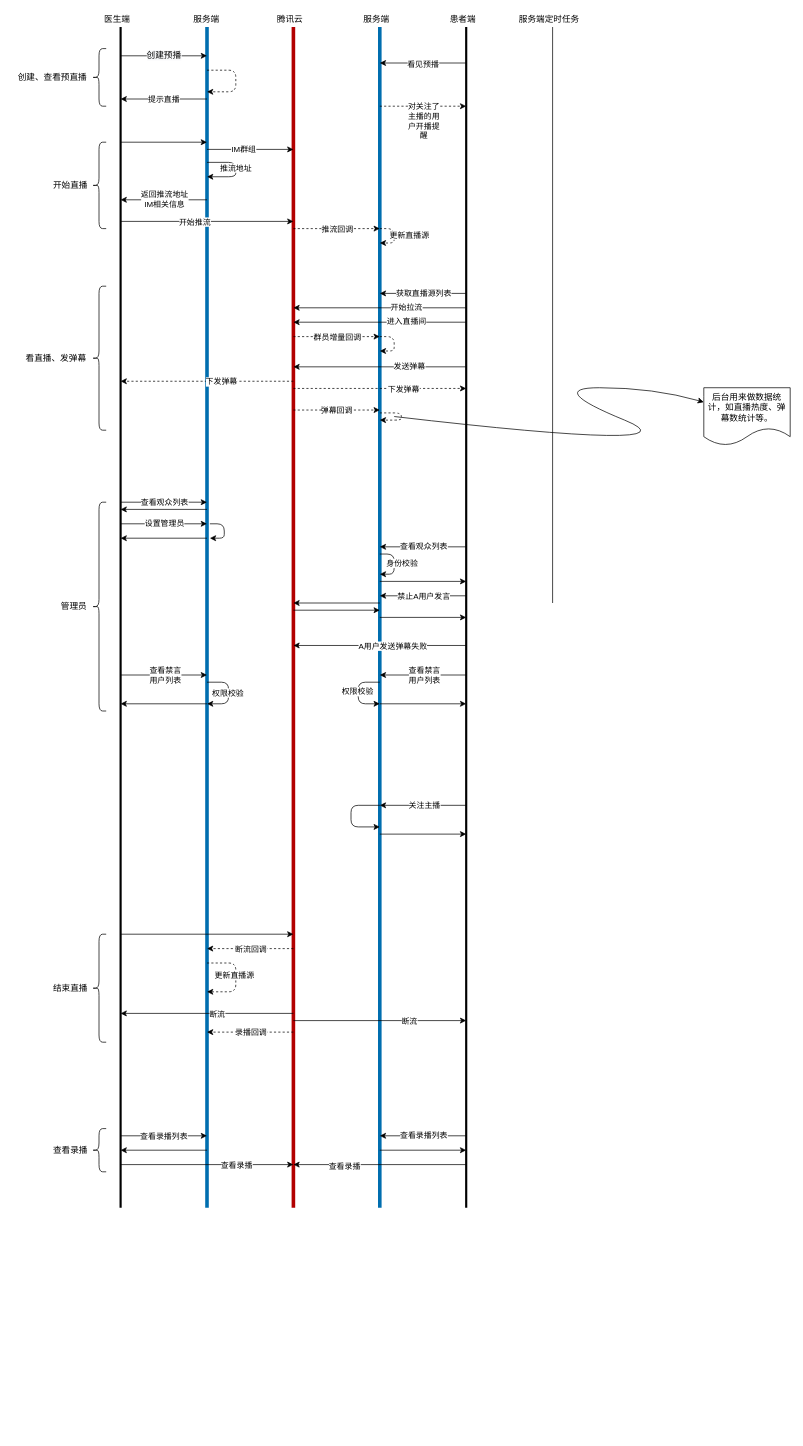
Before: 直播交互流程图.drawio in qq584686739/draw, a draw.io diagram. Source tidied: cells renumbered, new cells numbered last; positions are measured from the earlier drawing's top-left corner, leaving out a move shared by most shapes. Both pictures are drawn from the tidied source at 72%, with x=0, y=0 at pixel (12, 12).
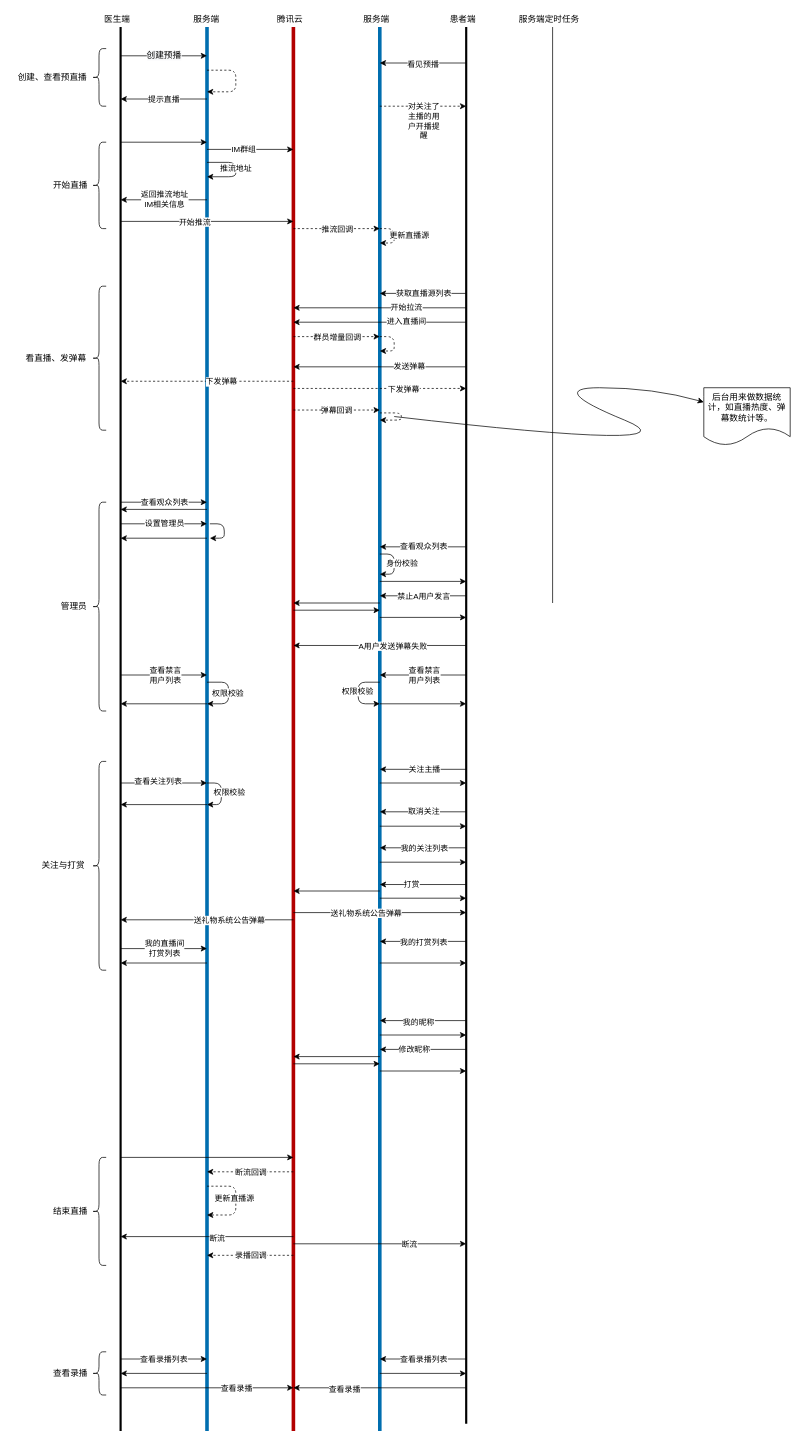
Above is the later version.

Commit message (it also covers changes not shown here):
Update 直播交互流程图.drawio

What changed in the source:
```diff
@@
     <mxCell id="2" style="endArrow=none;html=1;strokeWidth=3;" parent="1" edge="1">
       <mxGeometry relative="1" as="geometry">
-        <mxPoint x="150" y="1660" as="sourcePoint" />
+        <mxPoint x="150" y="1970" as="sourcePoint" />
         <mxPoint x="150" y="20" as="targetPoint" />
       </mxGeometry>
     </mxCell>
     <mxCell id="3" style="endArrow=none;html=1;fillColor=#1ba1e2;strokeColor=#006EAF;strokeWidth=5;" parent="1" edge="1">
       <mxGeometry relative="1" as="geometry">
-        <mxPoint x="270" y="1660" as="sourcePoint" />
+        <mxPoint x="270" y="1970" as="sourcePoint" />
         <mxPoint x="270" y="20" as="targetPoint" />
       </mxGeometry>
     </mxCell>
     <mxCell id="4" style="endArrow=none;html=1;fillColor=#e51400;strokeColor=#B20000;strokeWidth=5;" parent="1" edge="1">
       <mxGeometry relative="1" as="geometry">
-        <mxPoint x="390" y="1660" as="sourcePoint" />
+        <mxPoint x="390" y="1970" as="sourcePoint" />
         <mxPoint x="390" y="20" as="targetPoint" />
       </mxGeometry>
     </mxCell>
@@
     <mxCell id="10" style="endArrow=none;html=1;fillColor=#1ba1e2;strokeColor=#006EAF;strokeWidth=5;" parent="1" edge="1">
       <mxGeometry relative="1" as="geometry">
-        <mxPoint x="510" y="1660" as="sourcePoint" />
+        <mxPoint x="510" y="1970" as="sourcePoint" />
         <mxPoint x="510" y="20" as="targetPoint" />
       </mxGeometry>
     </mxCell>
     <mxCell id="11" style="endArrow=none;html=1;strokeWidth=3;" parent="1" edge="1">
       <mxGeometry relative="1" as="geometry">
-        <mxPoint x="630" y="1660" as="sourcePoint" />
+        <mxPoint x="630" y="1960" as="sourcePoint" />
         <mxPoint x="630" y="20" as="targetPoint" />
       </mxGeometry>
     </mxCell>
@@
     <mxCell id="46" style="endArrow=classic;html=1;" parent="1" edge="1">
       <mxGeometry relative="1" as="geometry">
-        <mxPoint x="150" y="1280" as="sourcePoint" />
-        <mxPoint x="390" y="1280" as="targetPoint" />
+        <mxPoint x="150" y="1590" as="sourcePoint" />
+        <mxPoint x="390" y="1590" as="targetPoint" />
       </mxGeometry>
     </mxCell>
     <mxCell id="47" style="endArrow=classic;html=1;dashed=1;" parent="1" edge="1">
       <mxGeometry relative="1" as="geometry">
-        <mxPoint x="390" y="1300" as="sourcePoint" />
-        <mxPoint x="270" y="1300" as="targetPoint" />
+        <mxPoint x="390" y="1610" as="sourcePoint" />
+        <mxPoint x="270" y="1610" as="targetPoint" />
       </mxGeometry>
     </mxCell>
@@
     <mxCell id="49" style="endArrow=classic;html=1;" parent="1" edge="1">
       <mxGeometry relative="1" as="geometry">
-        <mxPoint x="390" y="1390" as="sourcePoint" />
-        <mxPoint x="150" y="1390" as="targetPoint" />
+        <mxPoint x="390" y="1700" as="sourcePoint" />
+        <mxPoint x="150" y="1700" as="targetPoint" />
       </mxGeometry>
     </mxCell>
@@
     <mxCell id="51" style="endArrow=classic;html=1;" parent="1" edge="1">
       <mxGeometry relative="1" as="geometry">
-        <mxPoint x="390" y="1400" as="sourcePoint" />
-        <mxPoint x="630" y="1400" as="targetPoint" />
+        <mxPoint x="390" y="1710" as="sourcePoint" />
+        <mxPoint x="630" y="1710" as="targetPoint" />
       </mxGeometry>
     </mxCell>
@@
     <mxCell id="53" style="shape=curlyBracket;whiteSpace=wrap;html=1;rounded=1;" parent="1" vertex="1">
-      <mxGeometry x="110" y="1280" width="20" height="150" as="geometry" />
+      <mxGeometry x="110" y="1590" width="20" height="150" as="geometry" />
     </mxCell>
     <mxCell id="54" value="结束直播" style="text;html=1;align=center;verticalAlign=middle;" parent="1" vertex="1">
-      <mxGeometry x="50" y="1345" width="60" height="20" as="geometry" />
+      <mxGeometry x="50" y="1655" width="60" height="20" as="geometry" />
     </mxCell>
     <mxCell id="55" style="endArrow=classic;html=1;dashed=1;" parent="1" edge="1">
       <mxGeometry relative="1" as="geometry">
-        <mxPoint x="270" y="1320" as="sourcePoint" />
-        <mxPoint x="270" y="1360" as="targetPoint" />
+        <mxPoint x="270" y="1630" as="sourcePoint" />
+        <mxPoint x="270" y="1670" as="targetPoint" />
         <Array as="points">
-          <mxPoint x="310" y="1320" />
-          <mxPoint x="310" y="1360" />
+          <mxPoint x="310" y="1630" />
+          <mxPoint x="310" y="1670" />
         </Array>
       </mxGeometry>
     </mxCell>
@@
     <mxCell id="60" style="endArrow=classic;html=1;dashed=1;" parent="1" edge="1">
       <mxGeometry relative="1" as="geometry">
-        <mxPoint x="390" y="1416" as="sourcePoint" />
-        <mxPoint x="270" y="1416" as="targetPoint" />
+        <mxPoint x="390" y="1726" as="sourcePoint" />
+        <mxPoint x="270" y="1726" as="targetPoint" />
       </mxGeometry>
     </mxCell>
@@
     <mxCell id="62" style="endArrow=classic;html=1;strokeWidth=1;" parent="1" edge="1">
       <mxGeometry relative="1" as="geometry">
-        <mxPoint x="150" y="1560" as="sourcePoint" />
-        <mxPoint x="270" y="1560" as="targetPoint" />
+        <mxPoint x="150" y="1870" as="sourcePoint" />
+        <mxPoint x="270" y="1870" as="targetPoint" />
       </mxGeometry>
     </mxCell>
@@
     <mxCell id="64" style="endArrow=classic;html=1;strokeWidth=1;" parent="1" edge="1">
       <mxGeometry relative="1" as="geometry">
-        <mxPoint x="270" y="1580" as="sourcePoint" />
-        <mxPoint x="150" y="1580" as="targetPoint" />
+        <mxPoint x="270" y="1890" as="sourcePoint" />
+        <mxPoint x="150" y="1890" as="targetPoint" />
       </mxGeometry>
     </mxCell>
     <mxCell id="65" style="endArrow=classic;html=1;strokeWidth=1;" parent="1" edge="1">
       <mxGeometry relative="1" as="geometry">
-        <mxPoint x="630" y="1560" as="sourcePoint" />
-        <mxPoint x="510" y="1560" as="targetPoint" />
+        <mxPoint x="630" y="1870" as="sourcePoint" />
+        <mxPoint x="510" y="1870" as="targetPoint" />
       </mxGeometry>
     </mxCell>
@@
     <mxCell id="67" style="endArrow=classic;html=1;strokeWidth=1;" parent="1" edge="1">
       <mxGeometry relative="1" as="geometry">
-        <mxPoint x="510" y="1580" as="sourcePoint" />
-        <mxPoint x="630" y="1580" as="targetPoint" />
+        <mxPoint x="510" y="1890" as="sourcePoint" />
+        <mxPoint x="630" y="1890" as="targetPoint" />
       </mxGeometry>
     </mxCell>
     <mxCell id="68" style="endArrow=classic;html=1;strokeWidth=1;" parent="1" edge="1">
       <mxGeometry relative="1" as="geometry">
-        <mxPoint x="150" y="1600" as="sourcePoint" />
-        <mxPoint x="390" y="1600" as="targetPoint" />
+        <mxPoint x="150" y="1910" as="sourcePoint" />
+        <mxPoint x="390" y="1910" as="targetPoint" />
       </mxGeometry>
     </mxCell>
@@
     <mxCell id="70" style="endArrow=classic;html=1;strokeWidth=1;" parent="1" edge="1">
       <mxGeometry relative="1" as="geometry">
-        <mxPoint x="630" y="1600" as="sourcePoint" />
-        <mxPoint x="390" y="1600" as="targetPoint" />
+        <mxPoint x="630" y="1910" as="sourcePoint" />
+        <mxPoint x="390" y="1910" as="targetPoint" />
       </mxGeometry>
     </mxCell>
@@
     <mxCell id="72" style="shape=curlyBracket;whiteSpace=wrap;html=1;rounded=1;" parent="1" vertex="1">
-      <mxGeometry x="110" y="1550" width="20" height="60" as="geometry" />
+      <mxGeometry x="110" y="1860" width="20" height="60" as="geometry" />
     </mxCell>
     <mxCell id="73" value="查看录播" style="text;html=1;align=center;verticalAlign=middle;" parent="1" vertex="1">
-      <mxGeometry x="50" y="1570" width="60" height="20" as="geometry" />
+      <mxGeometry x="50" y="1880" width="60" height="20" as="geometry" />
     </mxCell>
@@
     <mxCell id="106" style="endArrow=classic;html=1;strokeWidth=1;" parent="1" edge="1">
       <mxGeometry relative="1" as="geometry">
-        <mxPoint x="630" y="1101" as="sourcePoint" />
-        <mxPoint x="510" y="1101" as="targetPoint" />
+        <mxPoint x="630" y="1051" as="sourcePoint" />
+        <mxPoint x="510" y="1051" as="targetPoint" />
       </mxGeometry>
     </mxCell>
@@
-    <mxCell id="108" style="endArrow=classic;html=1;strokeWidth=1;" parent="1" edge="1">
-      <mxGeometry relative="1" as="geometry">
-        <mxPoint x="510" y="1101" as="sourcePoint" />
-        <mxPoint x="510" y="1131" as="targetPoint" />
-        <Array as="points">
-          <mxPoint x="470" y="1101" />
-          <mxPoint x="470" y="1131" />
-        </Array>
-      </mxGeometry>
-    </mxCell>
     <mxCell id="109" style="endArrow=classic;html=1;strokeWidth=1;" parent="1" edge="1">
       <mxGeometry relative="1" as="geometry">
-        <mxPoint x="510" y="1141" as="sourcePoint" />
-        <mxPoint x="630" y="1141" as="targetPoint" />
+        <mxPoint x="510" y="1070" as="sourcePoint" />
+        <mxPoint x="630" y="1070" as="targetPoint" />
       </mxGeometry>
     </mxCell>
@@
+    <mxCell id="122" style="endArrow=classic;html=1;strokeWidth=1;" parent="1" edge="1">
+      <mxGeometry relative="1" as="geometry">
+        <mxPoint x="150" y="1070" as="sourcePoint" />
+        <mxPoint x="270" y="1070" as="targetPoint" />
+      </mxGeometry>
+    </mxCell>
+    <mxCell id="123" value="查看关注列表" style="edgeLabel;html=1;align=center;verticalAlign=middle;" parent="122" vertex="1">
+      <mxGeometry x="-0.29" y="3" relative="1" as="geometry">
+        <mxPoint x="8" as="offset" />
+      </mxGeometry>
+    </mxCell>
+    <mxCell id="124" style="endArrow=classic;html=1;strokeWidth=1;" parent="1" edge="1">
+      <mxGeometry relative="1" as="geometry">
+        <mxPoint x="270" y="1070" as="sourcePoint" />
+        <mxPoint x="270" y="1100" as="targetPoint" />
+        <Array as="points">
+          <mxPoint x="290" y="1070" />
+          <mxPoint x="290" y="1100" />
+        </Array>
+      </mxGeometry>
+    </mxCell>
+    <mxCell id="125" value="权限校验" style="edgeLabel;html=1;align=center;verticalAlign=middle;" parent="124" vertex="1">
+      <mxGeometry x="-0.09" y="-1" relative="1" as="geometry">
+        <mxPoint x="11" as="offset" />
+      </mxGeometry>
+    </mxCell>
+    <mxCell id="126" style="endArrow=classic;html=1;strokeWidth=1;" parent="1" edge="1">
+      <mxGeometry relative="1" as="geometry">
+        <mxPoint x="270" y="1100" as="sourcePoint" />
+        <mxPoint x="150" y="1100" as="targetPoint" />
+      </mxGeometry>
+    </mxCell>
+    <mxCell id="127" style="endArrow=classic;html=1;strokeWidth=1;" parent="1" edge="1">
+      <mxGeometry relative="1" as="geometry">
+        <mxPoint x="630" y="1110" as="sourcePoint" />
+        <mxPoint x="510" y="1110" as="targetPoint" />
+      </mxGeometry>
+    </mxCell>
+    <mxCell id="128" value="取消关注" style="edgeLabel;html=1;align=center;verticalAlign=middle;" parent="127" vertex="1">
+      <mxGeometry x="0.33" y="-1" relative="1" as="geometry">
+        <mxPoint x="20" as="offset" />
+      </mxGeometry>
+    </mxCell>
+    <mxCell id="129" style="endArrow=classic;html=1;strokeWidth=1;" parent="1" edge="1">
+      <mxGeometry relative="1" as="geometry">
+        <mxPoint x="510" y="1130" as="sourcePoint" />
+        <mxPoint x="630" y="1130" as="targetPoint" />
+      </mxGeometry>
+    </mxCell>
+    <mxCell id="130" style="endArrow=classic;html=1;strokeWidth=1;" parent="1" edge="1">
+      <mxGeometry relative="1" as="geometry">
+        <mxPoint x="630" y="1160" as="sourcePoint" />
+        <mxPoint x="510" y="1160" as="targetPoint" />
+      </mxGeometry>
+    </mxCell>
+    <mxCell id="131" value="我的关注列表" style="edgeLabel;html=1;align=center;verticalAlign=middle;" parent="130" vertex="1">
+      <mxGeometry x="0.24" y="-3" relative="1" as="geometry">
+        <mxPoint x="15" y="3" as="offset" />
+      </mxGeometry>
+    </mxCell>
+    <mxCell id="132" style="endArrow=classic;html=1;strokeWidth=1;" parent="1" edge="1">
+      <mxGeometry relative="1" as="geometry">
+        <mxPoint x="510" y="1180" as="sourcePoint" />
+        <mxPoint x="630" y="1180" as="targetPoint" />
+      </mxGeometry>
+    </mxCell>
+    <mxCell id="133" style="endArrow=classic;html=1;strokeWidth=1;" parent="1" edge="1">
+      <mxGeometry relative="1" as="geometry">
+        <mxPoint x="630" y="1211" as="sourcePoint" />
+        <mxPoint x="510" y="1211" as="targetPoint" />
+      </mxGeometry>
+    </mxCell>
+    <mxCell id="134" value="打赏" style="edgeLabel;html=1;align=center;verticalAlign=middle;" parent="133" vertex="1">
+      <mxGeometry x="0.28" y="-1" relative="1" as="geometry" />
+    </mxCell>
+    <mxCell id="135" style="endArrow=classic;html=1;strokeWidth=1;" parent="1" edge="1">
+      <mxGeometry relative="1" as="geometry">
+        <mxPoint x="510" y="1230" as="sourcePoint" />
+        <mxPoint x="630" y="1230" as="targetPoint" />
+      </mxGeometry>
+    </mxCell>
+    <mxCell id="136" style="endArrow=classic;html=1;strokeWidth=1;" parent="1" edge="1">
+      <mxGeometry relative="1" as="geometry">
+        <mxPoint x="150" y="1300" as="sourcePoint" />
+        <mxPoint x="270" y="1300" as="targetPoint" />
+      </mxGeometry>
+    </mxCell>
+    <mxCell id="137" value="我的直播间&lt;br&gt;打赏列表" style="edgeLabel;html=1;align=center;verticalAlign=middle;" parent="136" vertex="1">
+      <mxGeometry x="-0.21" y="1" relative="1" as="geometry">
+        <mxPoint x="13" as="offset" />
+      </mxGeometry>
+    </mxCell>
+    <mxCell id="138" style="endArrow=classic;html=1;strokeWidth=1;" parent="1" edge="1">
+      <mxGeometry relative="1" as="geometry">
+        <mxPoint x="510" y="1220" as="sourcePoint" />
+        <mxPoint x="390" y="1220" as="targetPoint" />
+      </mxGeometry>
+    </mxCell>
+    <mxCell id="139" style="endArrow=classic;html=1;strokeWidth=1;" parent="1" edge="1">
+      <mxGeometry relative="1" as="geometry">
+        <mxPoint x="390" y="1250" as="sourcePoint" />
+        <mxPoint x="630" y="1250" as="targetPoint" />
+      </mxGeometry>
+    </mxCell>
+    <mxCell id="140" value="送礼物系统公告弹幕" style="edgeLabel;html=1;align=center;verticalAlign=middle;" parent="139" vertex="1">
+      <mxGeometry x="-0.73" y="4" relative="1" as="geometry">
+        <mxPoint x="68" y="4" as="offset" />
+      </mxGeometry>
+    </mxCell>
+    <mxCell id="141" style="endArrow=classic;html=1;strokeWidth=1;" parent="1" edge="1">
+      <mxGeometry relative="1" as="geometry">
+        <mxPoint x="390" y="1260" as="sourcePoint" />
+        <mxPoint x="150" y="1260" as="targetPoint" />
+      </mxGeometry>
+    </mxCell>
+    <mxCell id="142" value="送礼物系统公告弹幕" style="edgeLabel;html=1;align=center;verticalAlign=middle;" parent="141" vertex="1">
+      <mxGeometry x="-0.37" y="3" relative="1" as="geometry">
+        <mxPoint x="-14" y="-3" as="offset" />
+      </mxGeometry>
+    </mxCell>
+    <mxCell id="143" style="endArrow=classic;html=1;strokeWidth=1;" parent="1" edge="1">
+      <mxGeometry relative="1" as="geometry">
+        <mxPoint x="270" y="1320" as="sourcePoint" />
+        <mxPoint x="150" y="1320" as="targetPoint" />
+      </mxGeometry>
+    </mxCell>
+    <mxCell id="144" style="shape=curlyBracket;whiteSpace=wrap;html=1;rounded=1;" parent="1" vertex="1">
+      <mxGeometry x="110" y="1040" width="20" height="290" as="geometry" />
+    </mxCell>
+    <mxCell id="145" value="关注与打赏" style="text;html=1;align=center;verticalAlign=middle;" parent="1" vertex="1">
+      <mxGeometry x="30" y="1175" width="80" height="20" as="geometry" />
+    </mxCell>
+    <mxCell id="146" style="endArrow=classic;html=1;strokeWidth=1;" parent="1" edge="1">
+      <mxGeometry relative="1" as="geometry">
+        <mxPoint x="630" y="1290" as="sourcePoint" />
+        <mxPoint x="510" y="1290" as="targetPoint" />
+      </mxGeometry>
+    </mxCell>
+    <mxCell id="147" value="我的打赏列表" style="edgeLabel;html=1;align=center;verticalAlign=middle;" parent="146" vertex="1">
+      <mxGeometry x="0.43" relative="1" as="geometry">
+        <mxPoint x="26" as="offset" />
+      </mxGeometry>
+    </mxCell>
+    <mxCell id="148" style="endArrow=classic;html=1;strokeWidth=1;" parent="1" edge="1">
+      <mxGeometry relative="1" as="geometry">
+        <mxPoint x="510" y="1320" as="sourcePoint" />
+        <mxPoint x="630" y="1320" as="targetPoint" />
+      </mxGeometry>
+    </mxCell>
+    <mxCell id="149" style="endArrow=classic;html=1;strokeWidth=1;" parent="1" edge="1">
+      <mxGeometry relative="1" as="geometry">
+        <mxPoint x="630" y="1400" as="sourcePoint" />
+        <mxPoint x="510" y="1400" as="targetPoint" />
+      </mxGeometry>
+    </mxCell>
+    <mxCell id="150" value="我的昵称" style="edgeLabel;html=1;align=center;verticalAlign=middle;" parent="149" vertex="1">
+      <mxGeometry x="0.11" y="1" relative="1" as="geometry" />
+    </mxCell>
+    <mxCell id="151" style="endArrow=classic;html=1;strokeWidth=1;" parent="1" edge="1">
+      <mxGeometry relative="1" as="geometry">
+        <mxPoint x="510" y="1420" as="sourcePoint" />
+        <mxPoint x="630" y="1420" as="targetPoint" />
+      </mxGeometry>
+    </mxCell>
+    <mxCell id="152" style="endArrow=classic;html=1;strokeWidth=1;" parent="1" edge="1">
+      <mxGeometry relative="1" as="geometry">
+        <mxPoint x="630" y="1440" as="sourcePoint" />
+        <mxPoint x="510" y="1440" as="targetPoint" />
+      </mxGeometry>
+    </mxCell>
+    <mxCell id="153" value="修改昵称" style="edgeLabel;html=1;align=center;verticalAlign=middle;" parent="152" vertex="1">
+      <mxGeometry x="0.21" y="-1" relative="1" as="geometry" />
+    </mxCell>
+    <mxCell id="154" style="endArrow=classic;html=1;strokeWidth=1;" parent="1" edge="1">
+      <mxGeometry relative="1" as="geometry">
+        <mxPoint x="510" y="1450" as="sourcePoint" />
+        <mxPoint x="390" y="1450" as="targetPoint" />
+      </mxGeometry>
+    </mxCell>
+    <mxCell id="155" style="endArrow=classic;html=1;strokeWidth=1;" parent="1" edge="1">
+      <mxGeometry relative="1" as="geometry">
+        <mxPoint x="390" y="1460" as="sourcePoint" />
+        <mxPoint x="510" y="1460" as="targetPoint" />
+      </mxGeometry>
+    </mxCell>
+    <mxCell id="156" style="endArrow=classic;html=1;strokeWidth=1;" parent="1" edge="1">
+      <mxGeometry relative="1" as="geometry">
+        <mxPoint x="510" y="1470" as="sourcePoint" />
+        <mxPoint x="630" y="1470" as="targetPoint" />
+      </mxGeometry>
+    </mxCell>
```
